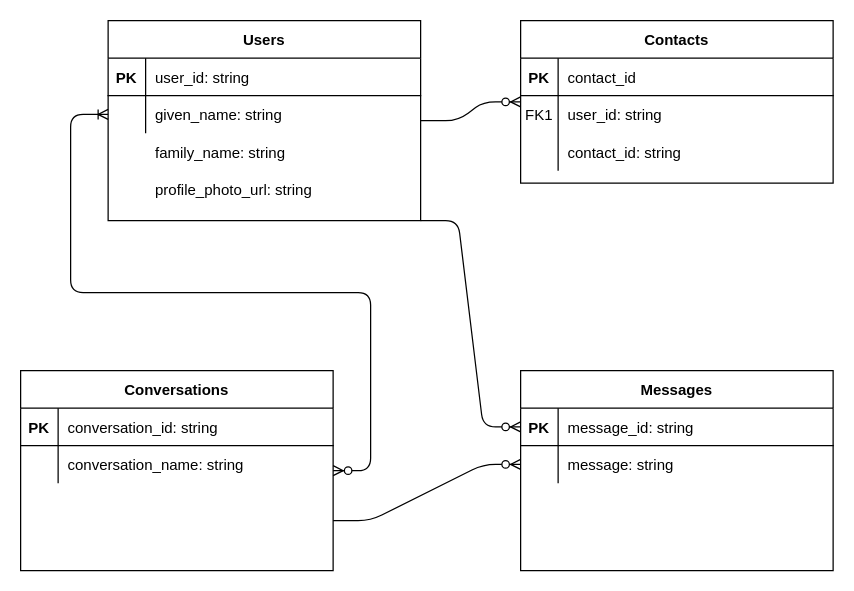
Above: architecture/ChatApp.drawio in SpencerDuball/ChatApp (draw.io), before the change. Source tidied: cells renumbered, new cells numbered last; positions are measured from the earlier drawing's top-left corner, leaving out a move shared by most shapes. Both pictures are drawn from the tidied source at 125%, with x=0, y=0 at pixel (20, 20).
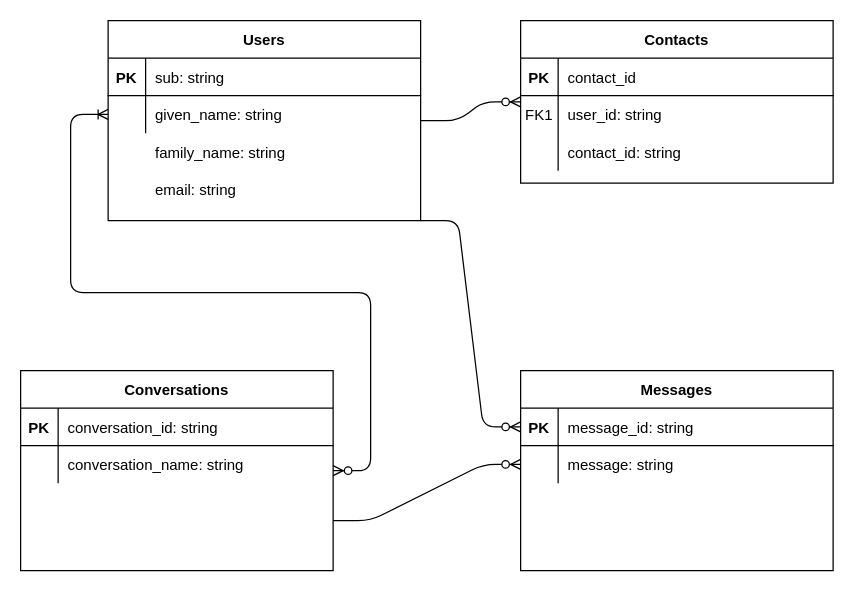
The same page after the edit.

The change refers to these unchanged cells:
```xml
<mxCell id="13" style="shape=partialRectangle;fillColor=none;top=0;left=0;right=0;bottom=1;" parent="12" vertex="1">
  <mxGeometry y="30" width="250" height="30" as="geometry" />
</mxCell>
```

What changed in the source:
```diff
@@
-    <mxCell id="15" value="user_id: string" style="shape=partialRectangle;overflow=hidden;fillColor=none;top=0;left=0;bottom=0;right=0;align=left;spacingLeft=6;fontStyle=0;" parent="13" vertex="1">
+    <mxCell id="15" value="sub: string" style="shape=partialRectangle;overflow=hidden;fillColor=none;top=0;left=0;bottom=0;right=0;align=left;spacingLeft=6;fontStyle=0;" parent="13" vertex="1">
       <mxGeometry x="30" width="220" height="30" as="geometry" />
     </mxCell>
@@
-    <mxCell id="20" value="profile_photo_url: string" style="shape=partialRectangle;overflow=hidden;fillColor=none;top=0;left=0;bottom=0;right=0;align=left;spacingLeft=6;" parent="1" vertex="1">
+    <mxCell id="20" value="email: string" style="shape=partialRectangle;overflow=hidden;fillColor=none;top=0;left=0;bottom=0;right=0;align=left;spacingLeft=6;" parent="1" vertex="1">
       <mxGeometry x="100" y="120" width="220" height="30" as="geometry" />
     </mxCell>
```
